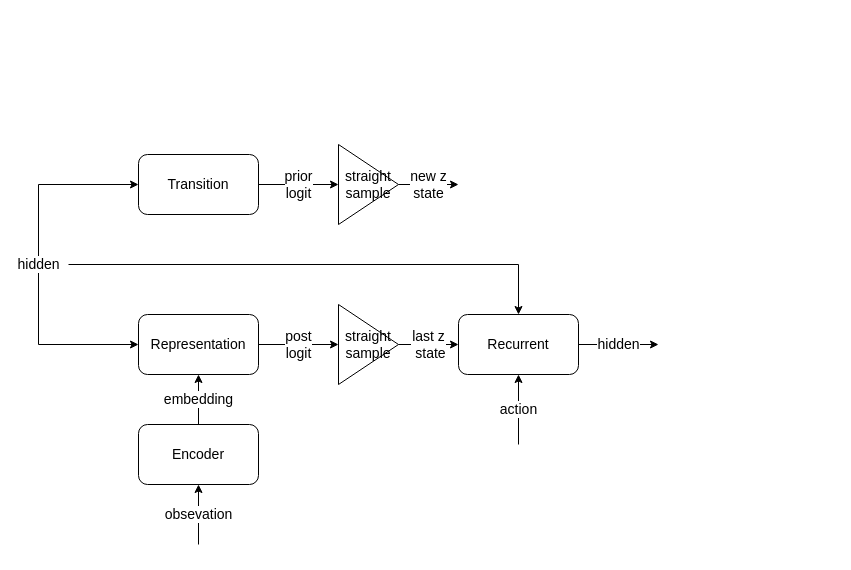
Earlier version of the draw.io diagram Dreamer_v2 от друга.drawio (Shougakusei/taikyu_screenshots). Source tidied: cells renumbered, new cells numbered last; positions are measured from the earlier drawing's top-left corner, leaving out a move shared by most shapes. Both pictures are drawn from the tidied source at 100%, with x=0, y=0 at pixel (38, 144).
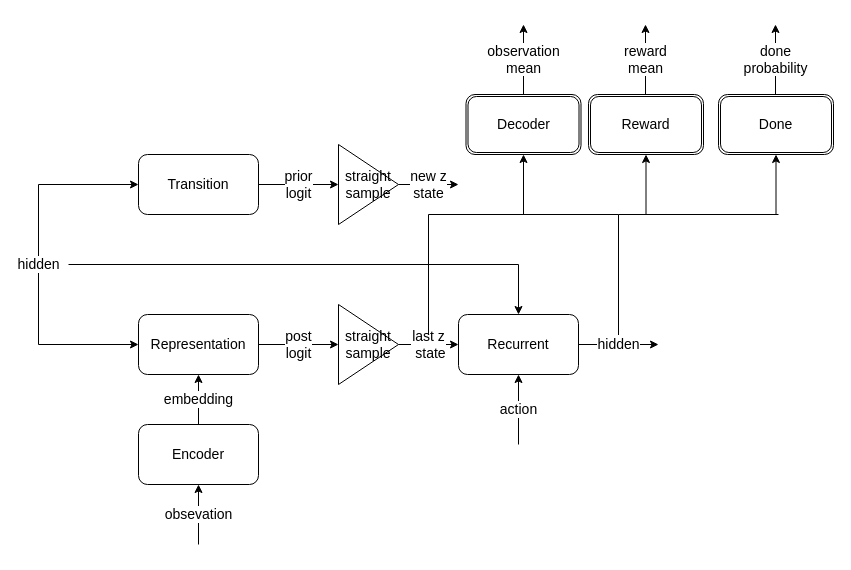
The same diagram, later.

Change to the diagram source:
```diff
@@
+    <mxCell id="21" style="shape=partialRectangle;whiteSpace=wrap;html=1;bottom=1;right=1;left=1;top=0;fillColor=none;routingCenterX=-0.5;direction=west;" parent="1" vertex="1">
+      <mxGeometry x="390" y="70" width="190" height="120" as="geometry" />
+    </mxCell>
+    <mxCell id="22" style="endArrow=classic;html=1;rounded=0;exitX=0.5;exitY=1;exitDx=0;exitDy=0;fontSize=14;" parent="1" edge="1" source="21" target="23">
+      <mxGeometry relative="1" as="geometry" />
+    </mxCell>
+    <mxCell id="23" value="Decoder" style="shape=ext;double=1;rounded=1;whiteSpace=wrap;html=1;fontSize=14;" parent="1" vertex="1">
+      <mxGeometry x="427.5" y="-50" width="115" height="60" as="geometry" />
+    </mxCell>
+    <mxCell id="24" style="endArrow=classic;html=1;rounded=0;exitX=0.5;exitY=1;exitDx=0;exitDy=0;fontSize=14;" parent="1" edge="1" target="25">
+      <mxGeometry relative="1" as="geometry">
+        <mxPoint x="607.5" y="70" as="sourcePoint" />
+      </mxGeometry>
+    </mxCell>
+    <mxCell id="25" value="Reward" style="shape=ext;double=1;rounded=1;whiteSpace=wrap;html=1;fontSize=14;" parent="1" vertex="1">
+      <mxGeometry x="550" y="-50" width="115" height="60" as="geometry" />
+    </mxCell>
+    <mxCell id="26" style="endArrow=classic;html=1;rounded=0;exitX=0.5;exitY=1;exitDx=0;exitDy=0;fontSize=14;" parent="1" edge="1" target="27">
+      <mxGeometry relative="1" as="geometry">
+        <mxPoint x="737.5" y="70" as="sourcePoint" />
+      </mxGeometry>
+    </mxCell>
+    <mxCell id="27" value="Done" style="shape=ext;double=1;rounded=1;whiteSpace=wrap;html=1;fontSize=14;" parent="1" vertex="1">
+      <mxGeometry x="680" y="-50" width="115" height="60" as="geometry" />
+    </mxCell>
+    <mxCell id="28" style="endArrow=none;html=1;rounded=0;exitX=0;exitY=1;exitDx=0;exitDy=0;fontSize=14;" parent="1" edge="1" source="21">
+      <mxGeometry relative="1" as="geometry">
+        <mxPoint x="740" y="70" as="targetPoint" />
+      </mxGeometry>
+    </mxCell>
+    <mxCell id="29" value="&lt;div style=&quot;font-size: 14px;&quot;&gt;observation&lt;/div&gt;&lt;div style=&quot;font-size: 14px;&quot;&gt;mean&lt;br style=&quot;font-size: 14px;&quot;&gt;&lt;/div&gt;" style="endArrow=classic;html=1;rounded=0;exitX=0.5;exitY=0;exitDx=0;exitDy=0;fontSize=14;" parent="1" edge="1" source="23">
+      <mxGeometry relative="1" as="geometry">
+        <mxPoint x="485" y="-120" as="targetPoint" />
+      </mxGeometry>
+    </mxCell>
+    <mxCell id="30" value="&lt;div style=&quot;font-size: 14px;&quot;&gt;reward&lt;/div&gt;&lt;div style=&quot;font-size: 14px;&quot;&gt;mean&lt;br style=&quot;font-size: 14px;&quot;&gt;&lt;/div&gt;" style="endArrow=classic;html=1;rounded=0;exitX=0.5;exitY=0;exitDx=0;exitDy=0;fontSize=14;" parent="1" edge="1">
+      <mxGeometry relative="1" as="geometry">
+        <mxPoint x="607" y="-50" as="sourcePoint" />
+        <mxPoint x="607" y="-120" as="targetPoint" />
+      </mxGeometry>
+    </mxCell>
+    <mxCell id="31" value="&lt;div style=&quot;font-size: 14px;&quot;&gt;done&lt;/div&gt;&lt;div style=&quot;font-size: 14px;&quot;&gt;probability&lt;br style=&quot;font-size: 14px;&quot;&gt;&lt;/div&gt;" style="endArrow=classic;html=1;rounded=0;exitX=0.5;exitY=0;exitDx=0;exitDy=0;fontSize=14;" parent="1" edge="1">
+      <mxGeometry relative="1" as="geometry">
+        <mxPoint x="737" y="-50" as="sourcePoint" />
+        <mxPoint x="737" y="-120" as="targetPoint" />
+      </mxGeometry>
+    </mxCell>
```
